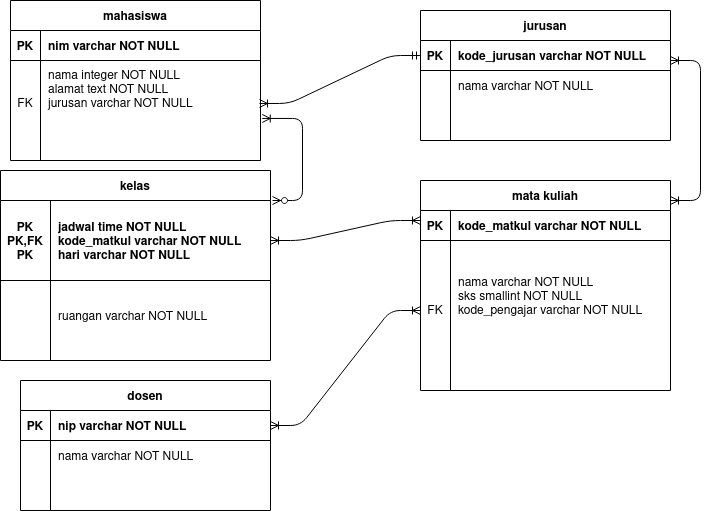
This is c14/db universitas.png from fiq-i/Challenge, a draw.io export, as it was before one commit. Source tidied: cells renumbered, new cells last; positions are measured from the earlier drawing's top-left corner, leaving out a move shared by most shapes.
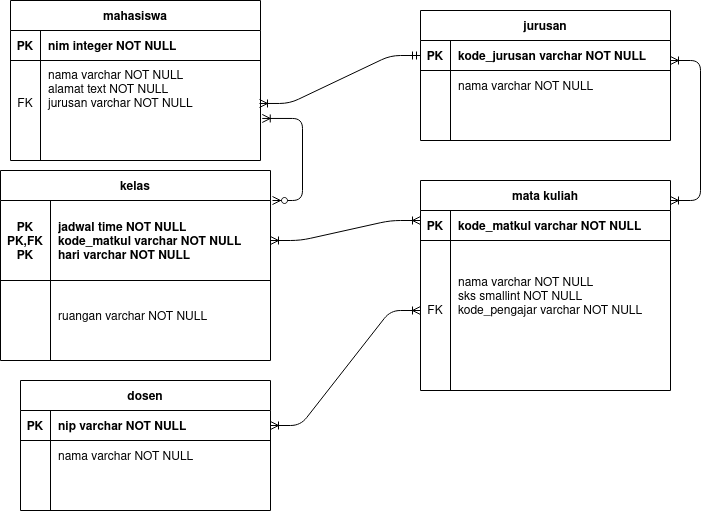
After the change.

Diff of the diagram source:
```diff
@@ -71,7 +71,7 @@
     <mxCell id="24" value="PK" style="shape=partialRectangle;overflow=hidden;fillColor=none;top=0;left=0;bottom=0;right=0;fontStyle=1;" parent="23" vertex="1">
       <mxGeometry width="30" height="30" as="geometry" />
     </mxCell>
-    <mxCell id="25" value="nim varchar NOT NULL" style="shape=partialRectangle;overflow=hidden;fillColor=none;top=0;left=0;bottom=0;right=0;align=left;spacingLeft=6;fontStyle=1;" parent="23" vertex="1">
+    <mxCell id="25" value="nim integer NOT NULL" style="shape=partialRectangle;overflow=hidden;fillColor=none;top=0;left=0;bottom=0;right=0;align=left;spacingLeft=6;fontStyle=1;" parent="23" vertex="1">
       <mxGeometry x="30" width="220" height="30" as="geometry" />
     </mxCell>
     <mxCell id="26" style="shape=partialRectangle;fillColor=none;points=[[0,0.5],[1,0.5]];portConstraint=eastwest;top=0;left=0;right=0;bottom=0;" parent="22" vertex="1">
@@ -80,7 +80,7 @@
     <mxCell id="27" value="&#10;FK" style="shape=partialRectangle;overflow=hidden;fillColor=none;top=0;left=0;bottom=0;right=0;" parent="26" vertex="1">
       <mxGeometry width="30" height="70" as="geometry" />
     </mxCell>
-    <mxCell id="28" value="nama integer NOT NULL&#10;alamat text NOT NULL&#10;jurusan varchar NOT NULL&#10;" style="shape=partialRectangle;overflow=hidden;fillColor=none;top=0;left=0;bottom=0;right=0;align=left;spacingLeft=6;" parent="26" vertex="1">
+    <mxCell id="28" value="nama varchar NOT NULL&#10;alamat text NOT NULL&#10;jurusan varchar NOT NULL&#10;" style="shape=partialRectangle;overflow=hidden;fillColor=none;top=0;left=0;bottom=0;right=0;align=left;spacingLeft=6;" parent="26" vertex="1">
       <mxGeometry x="30" width="220" height="70" as="geometry" />
     </mxCell>
     <mxCell id="29" value="dosen" style="shape=table;startSize=30;rowLines=0;fontStyle=1;align=center;" parent="1" vertex="1">
```
